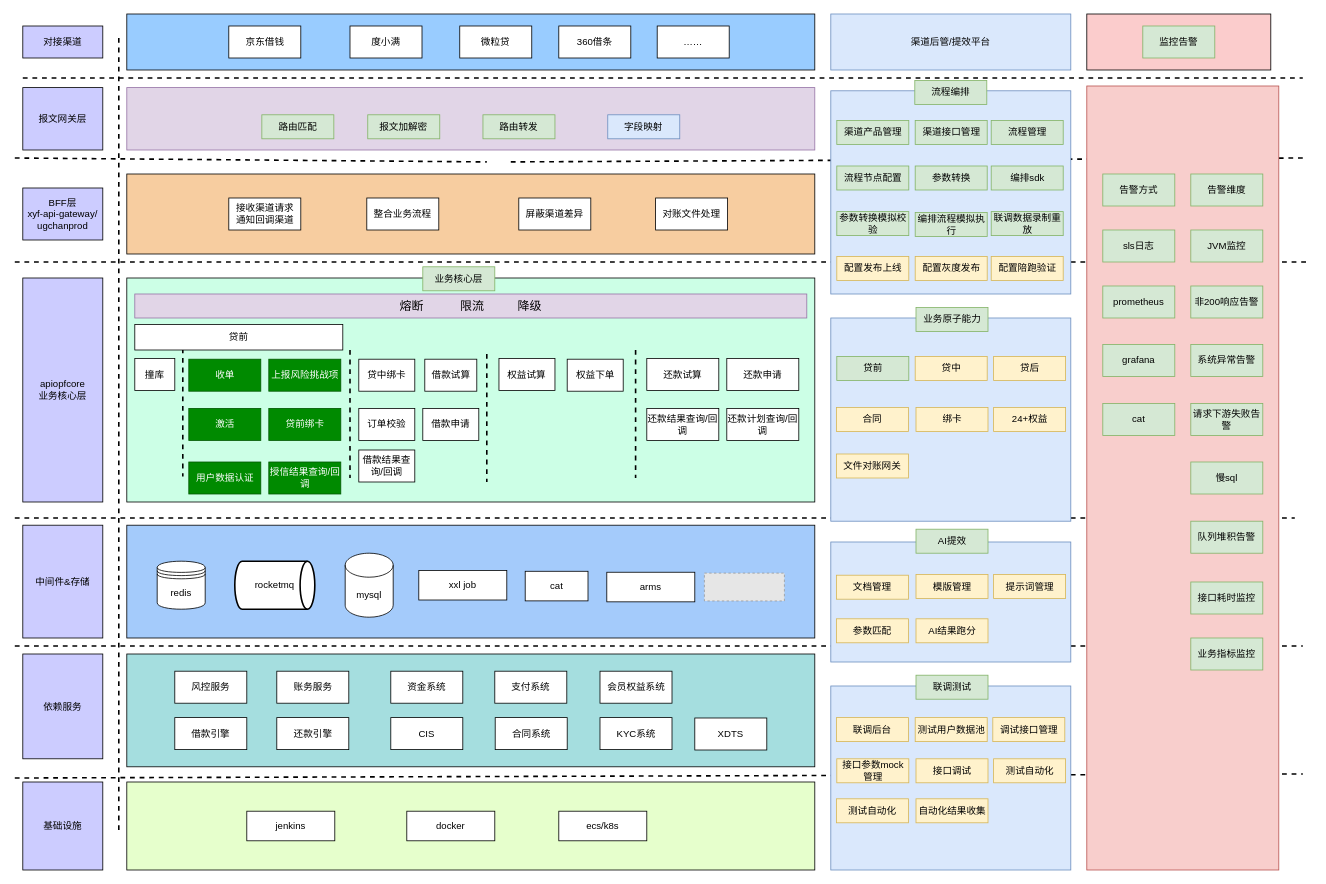
yuanlj-tea/picgo keeps this draw.io diagram as api产品中心-系统架构图.drawio. Above is the earlier version. Source tidied: cells renumbered, new cells numbered last; positions are measured from the earlier drawing's top-left corner, leaving out a move shared by most shapes. Both pictures are drawn from the tidied source at 80%, with x=0, y=0 at pixel (14, 14). Pictures stored in the file or linked from it are replaced by grey dashed boxes.
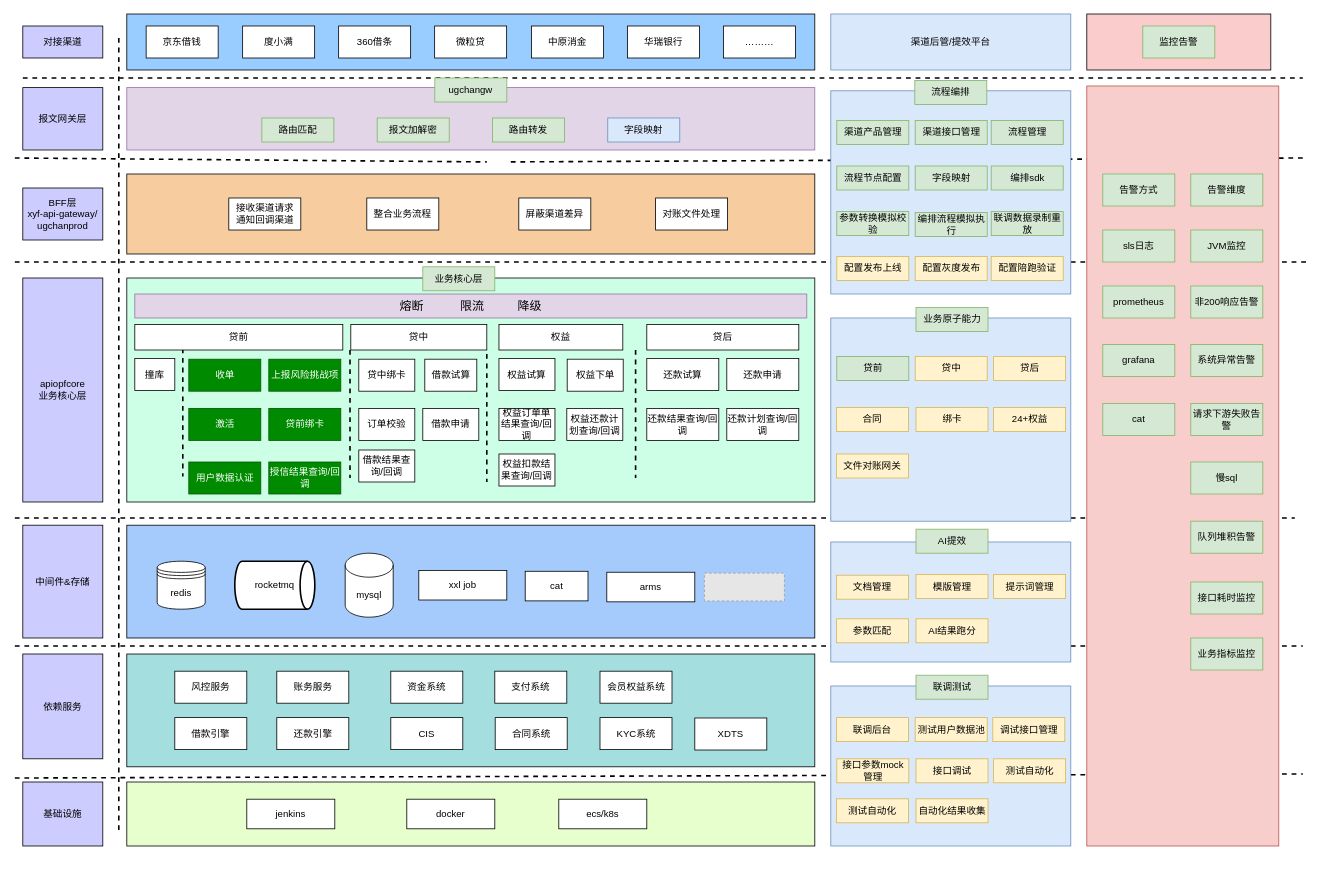
The same page after the edit.

Commit message (it also covers changes not shown here):
更新api产品中心-系统架构图.drawio

Change to the diagram source:
```diff
@@
     <mxCell id="6" value="京东借钱" style="rounded=0;whiteSpace=wrap;html=1;" parent="1" vertex="1">
-      <mxGeometry x="267.5" y="15" width="90" height="40" as="geometry" />
+      <mxGeometry x="164.2" y="15" width="90" height="40" as="geometry" />
     </mxCell>
     <mxCell id="7" value="度小满" style="rounded=0;whiteSpace=wrap;html=1;" parent="1" vertex="1">
-      <mxGeometry x="419" y="15" width="90" height="40" as="geometry" />
+      <mxGeometry x="284.8" y="15" width="90" height="40" as="geometry" />
     </mxCell>
@@
     <mxCell id="17" style="rounded=0;whiteSpace=wrap;html=1;fillColor=#f8cecc;strokeColor=#b85450;" parent="1" vertex="1">
-      <mxGeometry x="1340" y="90" width="240" height="980" as="geometry" />
+      <mxGeometry x="1340" y="90" width="240" height="950" as="geometry" />
     </mxCell>
@@
     <mxCell id="35" value="基础设施" style="rounded=0;whiteSpace=wrap;html=1;fillColor=#CCCCFF;" parent="1" vertex="1">
-      <mxGeometry x="10" y="960" width="100" height="110" as="geometry" />
+      <mxGeometry x="10" y="960" width="100" height="80" as="geometry" />
     </mxCell>
     <mxCell id="36" style="rounded=0;whiteSpace=wrap;html=1;fillColor=#E6FFCC;" parent="1" vertex="1">
-      <mxGeometry x="140" y="960" width="860" height="110" as="geometry" />
+      <mxGeometry x="140" y="960" width="860" height="80" as="geometry" />
     </mxCell>
     <mxCell id="37" value="jenkins" style="rounded=0;whiteSpace=wrap;html=1;" parent="1" vertex="1">
-      <mxGeometry x="290" y="996.5" width="110" height="37" as="geometry" />
+      <mxGeometry x="290" y="981.5" width="110" height="37" as="geometry" />
     </mxCell>
     <mxCell id="38" value="ecs/k8s" style="rounded=0;whiteSpace=wrap;html=1;" parent="1" vertex="1">
-      <mxGeometry x="680" y="996.5" width="110" height="37" as="geometry" />
+      <mxGeometry x="680" y="981.5" width="110" height="37" as="geometry" />
     </mxCell>
@@
-    <mxCell id="55" value="微粒贷" style="rounded=0;whiteSpace=wrap;html=1;" parent="1" vertex="1">
-      <mxGeometry x="556.2" y="15" width="90" height="40" as="geometry" />
+    <mxCell id="55" value="………" style="rounded=0;whiteSpace=wrap;html=1;" parent="1" vertex="1">
+      <mxGeometry x="885.8" y="15" width="90" height="40" as="geometry" />
     </mxCell>
-    <mxCell id="56" value="……" style="rounded=0;whiteSpace=wrap;html=1;" parent="1" vertex="1">
-      <mxGeometry x="803" y="15" width="90" height="40" as="geometry" />
+    <mxCell id="56" value="微粒贷" style="rounded=0;whiteSpace=wrap;html=1;" parent="1" vertex="1">
+      <mxGeometry x="524.8" y="15" width="90" height="40" as="geometry" />
     </mxCell>
@@
     <mxCell id="84" value="docker" style="rounded=0;whiteSpace=wrap;html=1;" parent="1" vertex="1">
-      <mxGeometry x="490" y="996.5" width="110" height="37" as="geometry" />
+      <mxGeometry x="490" y="981.5" width="110" height="37" as="geometry" />
     </mxCell>
@@
     <mxCell id="87" value="路由匹配" style="rounded=0;whiteSpace=wrap;html=1;fillColor=#d5e8d4;strokeColor=#82b366;" parent="1" vertex="1">
-      <mxGeometry x="308.8" y="126" width="90" height="30" as="geometry" />
+      <mxGeometry x="308.8" y="130" width="90" height="30" as="geometry" />
     </mxCell>
     <mxCell id="88" value="报文加解密" style="rounded=0;whiteSpace=wrap;html=1;fillColor=#d5e8d4;strokeColor=#82b366;" parent="1" vertex="1">
-      <mxGeometry x="441.2" y="126" width="90" height="30" as="geometry" />
+      <mxGeometry x="453" y="130" width="90" height="30" as="geometry" />
     </mxCell>
     <mxCell id="89" value="路由转发" style="rounded=0;whiteSpace=wrap;html=1;fillColor=#d5e8d4;strokeColor=#82b366;" parent="1" vertex="1">
-      <mxGeometry x="585.2" y="126" width="90" height="30" as="geometry" />
+      <mxGeometry x="597" y="130" width="90" height="30" as="geometry" />
     </mxCell>
     <mxCell id="90" value="字段映射" style="rounded=0;whiteSpace=wrap;html=1;fillColor=#dae8fc;strokeColor=#6c8ebf;" parent="1" vertex="1">
-      <mxGeometry x="741.2" y="126" width="90" height="30" as="geometry" />
+      <mxGeometry x="741.2" y="130" width="90" height="30" as="geometry" />
     </mxCell>
     <mxCell id="91" value="360借条" style="rounded=0;whiteSpace=wrap;html=1;" parent="1" vertex="1">
-      <mxGeometry x="680" y="15" width="90" height="40" as="geometry" />
+      <mxGeometry x="404.8" y="15" width="90" height="40" as="geometry" />
     </mxCell>
@@
-    <mxCell id="101" value="参数转换" style="rounded=0;whiteSpace=wrap;html=1;fillColor=#d5e8d4;strokeColor=#82b366;" parent="1" vertex="1">
+    <mxCell id="101" value="字段映射" style="rounded=0;whiteSpace=wrap;html=1;fillColor=#d5e8d4;strokeColor=#82b366;" parent="1" vertex="1">
       <mxGeometry x="1125.5" y="190" width="90" height="30" as="geometry" />
     </mxCell>
@@
     <mxCell id="125" style="rounded=0;whiteSpace=wrap;html=1;fillColor=#dae8fc;strokeColor=#6c8ebf;" parent="1" vertex="1">
-      <mxGeometry x="1020" y="840" width="300" height="230" as="geometry" />
+      <mxGeometry x="1020" y="840" width="300" height="200" as="geometry" />
     </mxCell>
@@
+    <mxCell id="141" value="权益订单单结果查询/回调" style="rounded=0;whiteSpace=wrap;html=1;" parent="1" vertex="1">
+      <mxGeometry x="605.2" y="493" width="70" height="40" as="geometry" />
+    </mxCell>
+    <mxCell id="142" value="权益还款计划查询/回调" style="rounded=0;whiteSpace=wrap;html=1;" parent="1" vertex="1">
+      <mxGeometry x="690" y="493" width="70" height="40" as="geometry" />
+    </mxCell>
+    <mxCell id="143" value="权益扣款结果查询/回调" style="rounded=0;whiteSpace=wrap;html=1;" parent="1" vertex="1">
+      <mxGeometry x="605.2" y="550" width="70" height="40" as="geometry" />
+    </mxCell>
+    <mxCell id="144" value="贷中" style="rounded=0;whiteSpace=wrap;html=1;" parent="1" vertex="1">
+      <mxGeometry x="420" y="388" width="170" height="32" as="geometry" />
+    </mxCell>
+    <mxCell id="145" value="权益" style="rounded=0;whiteSpace=wrap;html=1;" parent="1" vertex="1">
+      <mxGeometry x="605.2" y="388" width="154.8" height="32" as="geometry" />
+    </mxCell>
+    <mxCell id="146" value="贷后" style="rounded=0;whiteSpace=wrap;html=1;" parent="1" vertex="1">
+      <mxGeometry x="790" y="388" width="190" height="32" as="geometry" />
+    </mxCell>
+    <mxCell id="147" value="中原消金" style="rounded=0;whiteSpace=wrap;html=1;" parent="1" vertex="1">
+      <mxGeometry x="645.8" y="15" width="90" height="40" as="geometry" />
+    </mxCell>
+    <mxCell id="148" value="华瑞银行" style="rounded=0;whiteSpace=wrap;html=1;" parent="1" vertex="1">
+      <mxGeometry x="765.8" y="15" width="90" height="40" as="geometry" />
+    </mxCell>
+    <mxCell id="149" value="ugchangw" style="rounded=0;whiteSpace=wrap;html=1;fillColor=#d5e8d4;strokeColor=#82b366;" parent="1" vertex="1">
+      <mxGeometry x="525" y="80" width="90" height="30" as="geometry" />
+    </mxCell>
```
